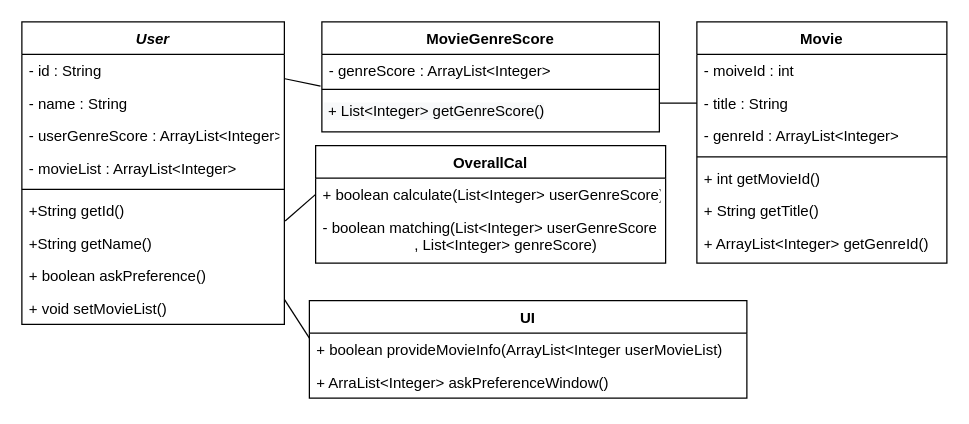
Before: UML/classDiagram.drawio in SoftwareEngineering-Gotcha/MovieRecommendation, a draw.io diagram. Source tidied: cells renumbered, new cells numbered last; positions are measured from the earlier drawing's top-left corner, leaving out a move shared by most shapes. Both pictures are drawn from the tidied source at 125%, with x=0, y=0 at pixel (21, 21).
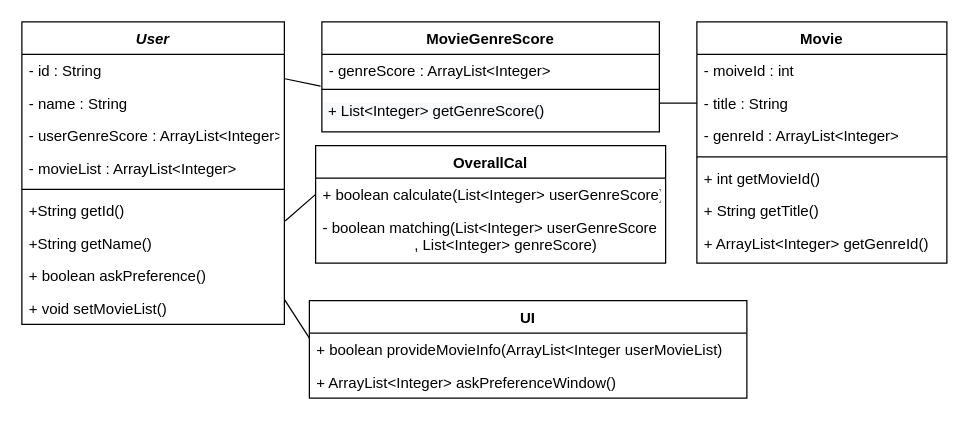
After the change.

Unchanged cells that the change refers to:
```xml
<mxCell id="26" value="UI" style="swimlane;fontStyle=1;align=center;verticalAlign=top;horizontal=1;startSize=26;" parent="1" vertex="1">
  <mxGeometry x="230" y="223" width="350" height="78" as="geometry" />
</mxCell>
```

The edit, as a diff of the source:
```diff
@@
-    <mxCell id="28" value="+ ArraList&lt;Integer&gt; askPreferenceWindow()&#10;" style="text;align=left;verticalAlign=top;spacingLeft=4;spacingRight=4;overflow=hidden;" parent="26" vertex="1">
+    <mxCell id="28" value="+ ArrayList&lt;Integer&gt; askPreferenceWindow()&#10;" style="text;align=left;verticalAlign=top;spacingLeft=4;spacingRight=4;overflow=hidden;" parent="26" vertex="1">
       <mxGeometry y="52" width="350" height="26" as="geometry" />
     </mxCell>
```
